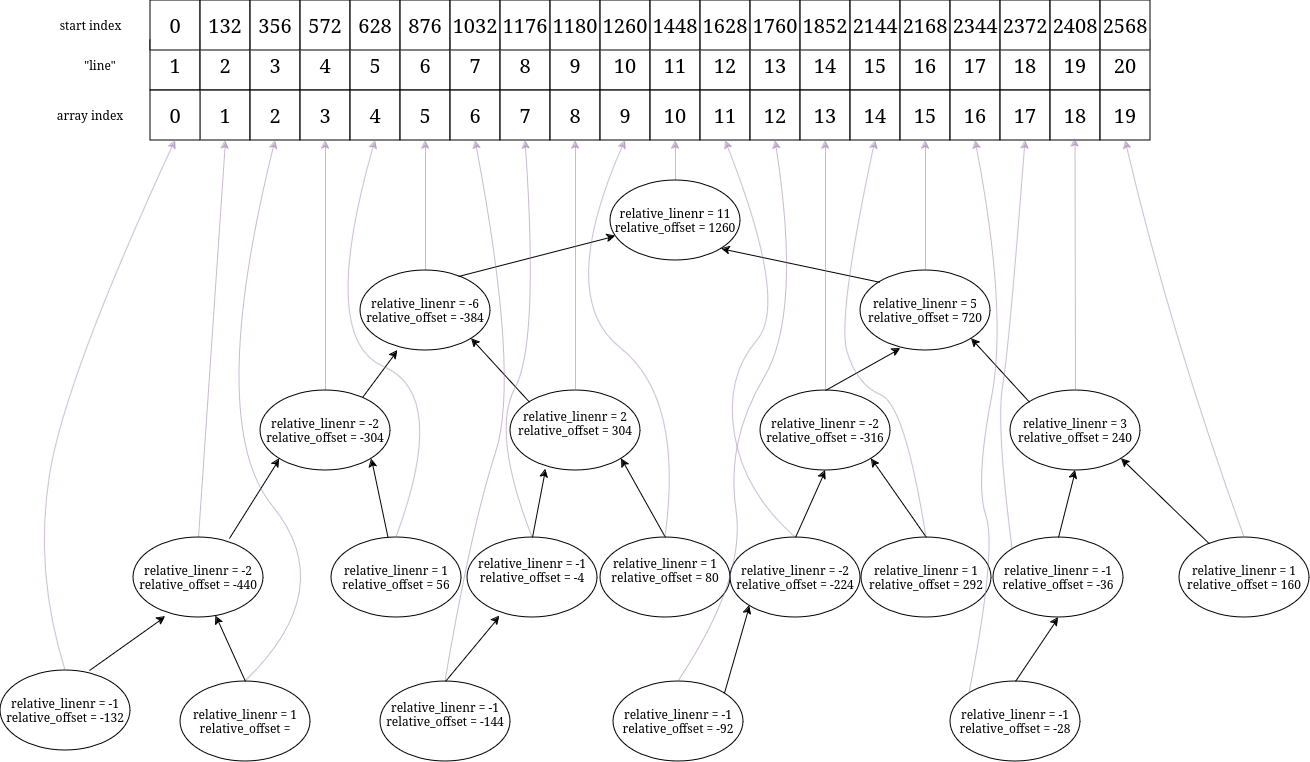
Above: resources/md_new.png in xiaoshihou514/buffer-data-structures (draw.io), before the change. Source tidied: cells renumbered, new cells last; positions are measured from the earlier drawing's top-left corner, leaving out a move shared by most shapes.
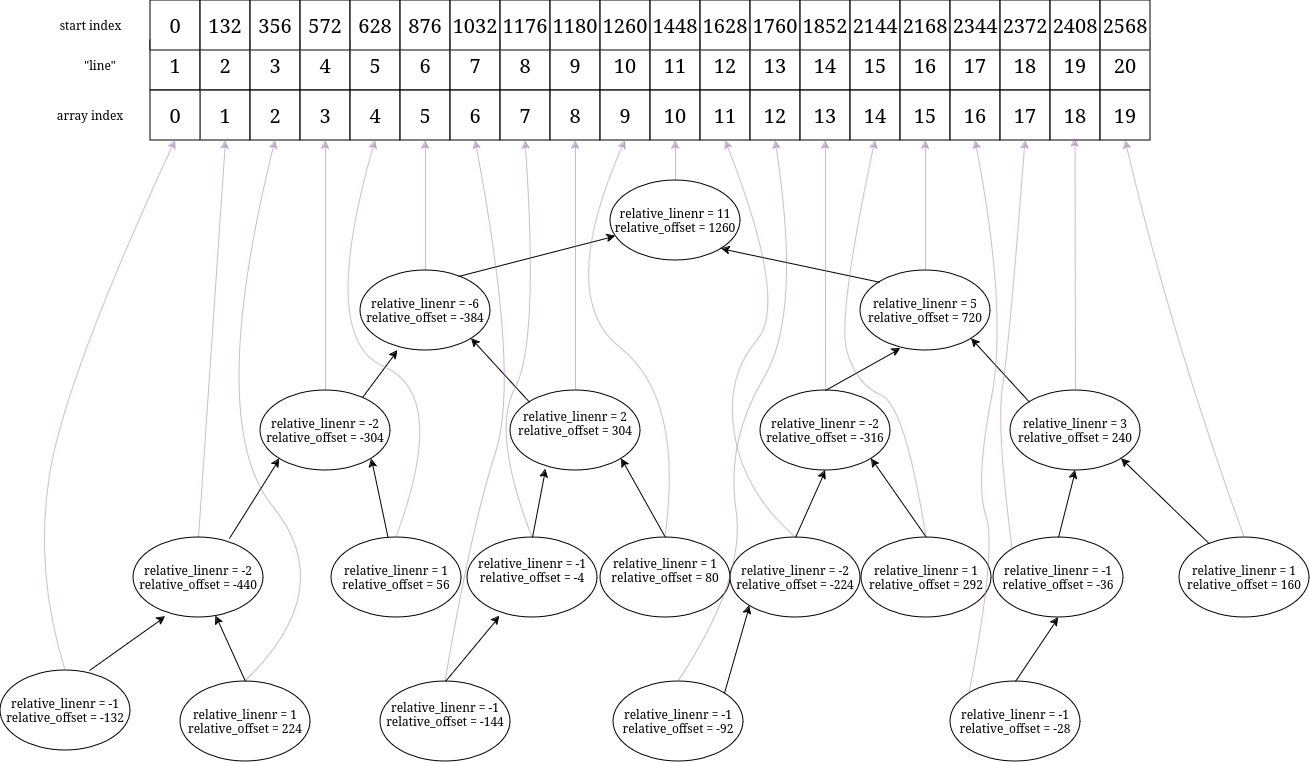
The same file after the commit.

The edit, as a diff of the source:
```diff
@@ -173,7 +173,7 @@
     <mxCell id="56" style="endArrow=classic;html=1;rounded=0;exitX=0.685;exitY=0;exitDx=0;exitDy=0;exitPerimeter=0;entryX=0.246;entryY=0.988;entryDx=0;entryDy=0;entryPerimeter=0;" parent="1" edge="1" source="55" target="53">
       <mxGeometry relative="1" as="geometry" />
     </mxCell>
-    <mxCell id="57" value="&lt;div&gt;relative_linenr = 1&lt;br&gt;&lt;/div&gt;&lt;div&gt;relative_offset = &lt;br&gt;&lt;/div&gt;" style="ellipse;whiteSpace=wrap;html=1;" parent="1" vertex="1">
+    <mxCell id="57" value="&lt;div&gt;relative_linenr = 1&lt;br&gt;&lt;/div&gt;&lt;div&gt;relative_offset = 224&lt;/div&gt;" style="ellipse;whiteSpace=wrap;html=1;" parent="1" vertex="1">
       <mxGeometry x="180" y="681" width="130" height="80" as="geometry" />
     </mxCell>
     <mxCell id="58" style="curved=1;endArrow=classic;html=1;rounded=0;entryX=0.5;entryY=1;entryDx=0;entryDy=0;opacity=50;fillColor=#e1d5e7;strokeColor=#9673a6;exitX=0.5;exitY=0;exitDx=0;exitDy=0;" parent="1" edge="1" source="57" target="23">
```
